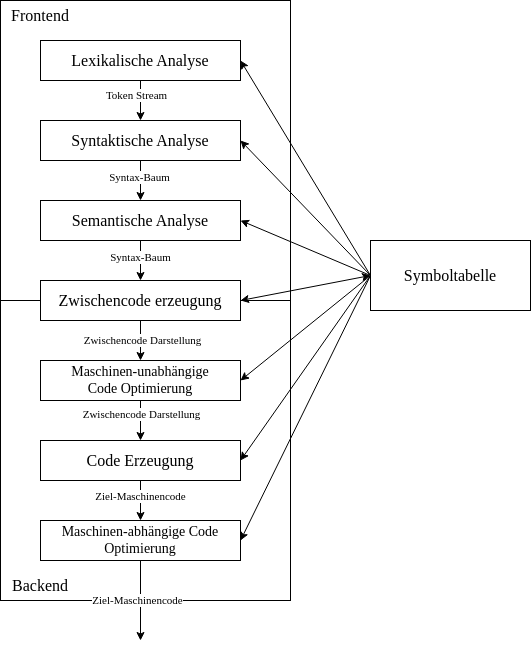
Before: assets/img/compiler-ablauf-diagramm.png, a diagram exported from draw.io (lhahner/aspekte-formale-uebersetzung-programmiersprachen). Source tidied: cells renumbered, new cells last; positions are measured from the earlier drawing's top-left corner, leaving out a move shared by most shapes.
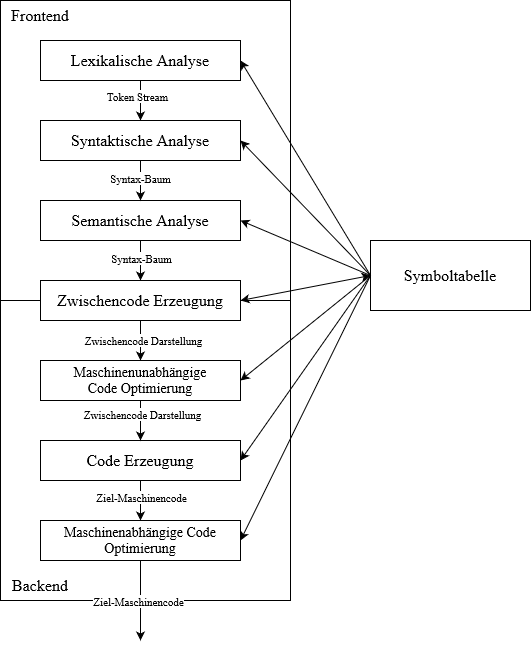
The same diagram one commit later.

Diff of the diagram source:
```diff
@@ -67,7 +67,7 @@
     <mxCell id="22" style="rounded=0;jettySize=auto;html=1;exitX=1;exitY=0.5;exitDx=0;exitDy=0;startArrow=classic;startFill=1;entryX=0;entryY=0.5;entryDx=0;entryDy=0;fontFamily=Semi Serif;" parent="1" edge="1" source="23" target="28">
       <mxGeometry relative="1" as="geometry" />
     </mxCell>
-    <mxCell id="23" value="&lt;font style=&quot;font-size: 16px;&quot;&gt;Zwischencode erzeugung&lt;/font&gt;" style="rounded=0;whiteSpace=wrap;html=1;fontFamily=Semi Serif;" parent="1" vertex="1">
+    <mxCell id="23" value="&lt;font style=&quot;font-size: 16px;&quot;&gt;Zwischencode Erzeugung&lt;/font&gt;" style="rounded=0;whiteSpace=wrap;html=1;fontFamily=Semi Serif;" parent="1" vertex="1">
       <mxGeometry x="40" y="280" width="200" height="40" as="geometry" />
     </mxCell>
     <mxCell id="24" style="edgeStyle=orthogonalEdgeStyle;rounded=0;jettySize=auto;html=1;entryX=0.5;entryY=0;entryDx=0;entryDy=0;fontFamily=Semi Serif;" parent="1" edge="1" source="27" target="7">
@@ -79,7 +79,7 @@
     <mxCell id="26" style="rounded=0;jettySize=auto;html=1;entryX=0;entryY=0.5;entryDx=0;entryDy=0;exitX=1;exitY=0.5;exitDx=0;exitDy=0;startArrow=classic;startFill=1;endArrow=none;endFill=0;fontFamily=Semi Serif;" parent="1" edge="1" source="27" target="28">
       <mxGeometry relative="1" as="geometry" />
     </mxCell>
-    <mxCell id="27" value="&lt;font style=&quot;font-size: 14px;&quot;&gt;Maschinen-unabhängige&lt;br&gt;Code Optimierung&lt;/font&gt;" style="rounded=0;whiteSpace=wrap;html=1;fontFamily=Semi Serif;" parent="1" vertex="1">
+    <mxCell id="27" value="&lt;div&gt;&lt;font style=&quot;font-size: 14px;&quot;&gt;Maschinenunabhängige&lt;/font&gt;&lt;/div&gt;&lt;font style=&quot;font-size: 14px;&quot;&gt;Code Optimierung&lt;/font&gt;" style="rounded=0;whiteSpace=wrap;html=1;fontFamily=Semi Serif;" parent="1" vertex="1">
       <mxGeometry x="40" y="360" width="200" height="40" as="geometry" />
     </mxCell>
     <mxCell id="28" value="&lt;font style=&quot;font-size: 16px;&quot;&gt;Symboltabelle&lt;/font&gt;" style="rounded=0;whiteSpace=wrap;html=1;fontFamily=Semi Serif;" parent="1" vertex="1">
@@ -98,7 +98,7 @@
     <mxCell id="31" style="rounded=0;jettySize=auto;html=1;entryX=0;entryY=0.5;entryDx=0;entryDy=0;exitX=1;exitY=0.5;exitDx=0;exitDy=0;startArrow=classic;startFill=1;endArrow=none;endFill=0;fontFamily=Semi Serif;" parent="1" edge="1" source="32" target="28">
       <mxGeometry relative="1" as="geometry" />
     </mxCell>
-    <mxCell id="32" value="&lt;font style=&quot;font-size: 14px;&quot;&gt;Maschinen-abhängige Code Optimierung&lt;/font&gt;" style="rounded=0;whiteSpace=wrap;html=1;fontFamily=Semi Serif;" parent="1" vertex="1">
+    <mxCell id="32" value="&lt;font style=&quot;font-size: 14px;&quot;&gt;Maschinenabhängige Code Optimierung&lt;/font&gt;" style="rounded=0;whiteSpace=wrap;html=1;fontFamily=Semi Serif;" parent="1" vertex="1">
       <mxGeometry x="40" y="520" width="200" height="40" as="geometry" />
     </mxCell>
     <mxCell id="33" value="&lt;font style=&quot;font-size: 16px;&quot;&gt;Frontend&lt;/font&gt;" style="text;html=1;strokeColor=none;fillColor=none;align=center;verticalAlign=middle;whiteSpace=wrap;rounded=0;fontFamily=Semi Serif;" parent="1" vertex="1">
```
